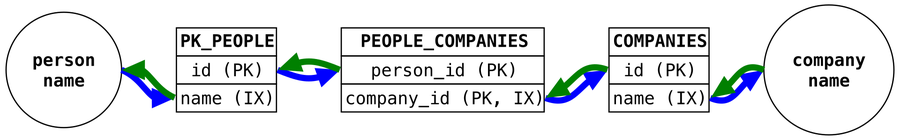
Before: img/abstract.png, a diagram exported from Graphviz (dangermike/associative_entity_redux). Its source is kept beside it as img/abstract.dot.
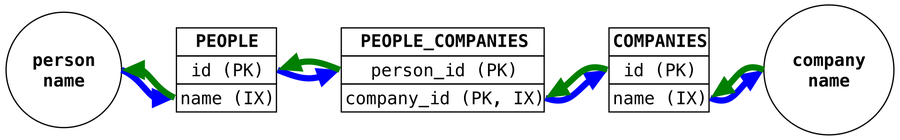
Above is the later version.

Change to the diagram source:
```diff
@@ -22,7 +22,7 @@
     </TABLE>>]
 
     people [shape="plaintext" label=<<TABLE  BORDER="0" CELLBORDER="1" CELLSPACING="0">
-        <TR><TD><B>PK_PEOPLE</B></TD></TR>
+        <TR><TD><B>PEOPLE</B></TD></TR>
         <TR><TD port="pid">id (PK)</TD></TR>
         <TR><TD port="name">name (IX)</TD></TR>
     </TABLE>>]
```
